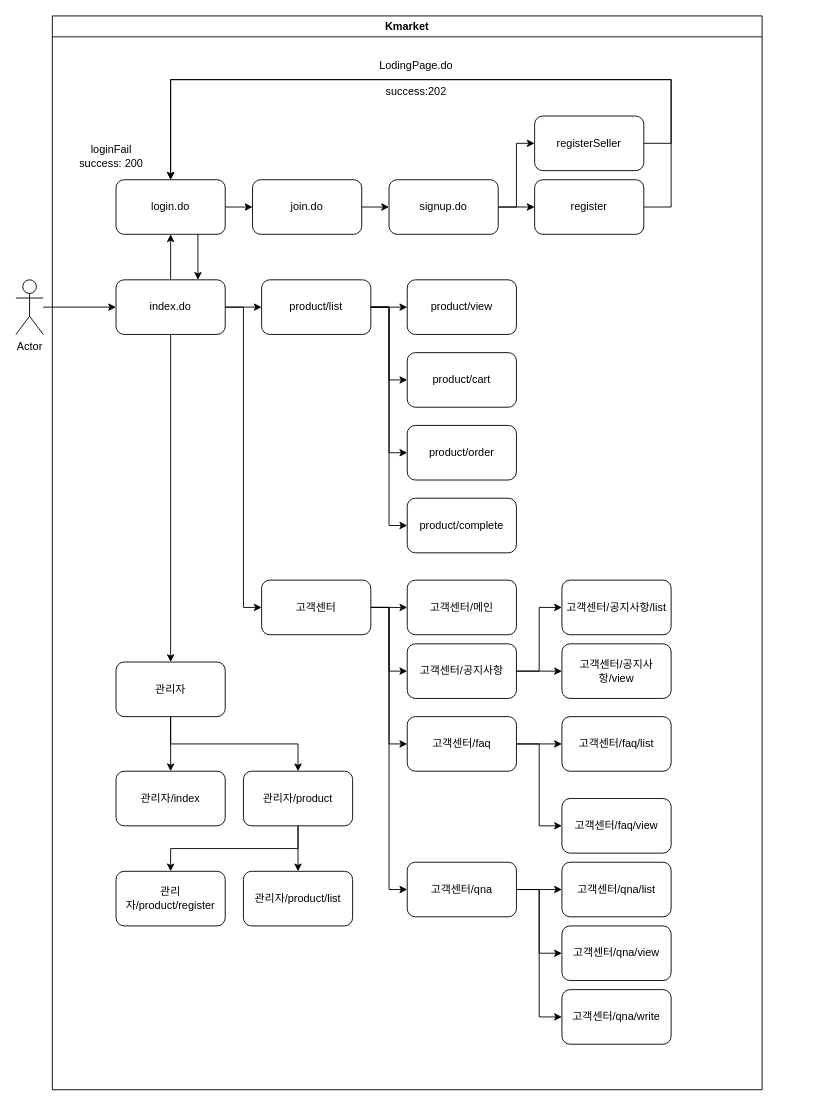
This is Kmarket_API.drawio from hochmun/Kmarket, a draw.io file, before an edit. Source tidied: cells renumbered, new cells numbered last; positions are measured from the earlier drawing's top-left corner, leaving out a move shared by most shapes. Both pictures are drawn from the tidied source at 91%, with x=0, y=0 at pixel (15, 15).
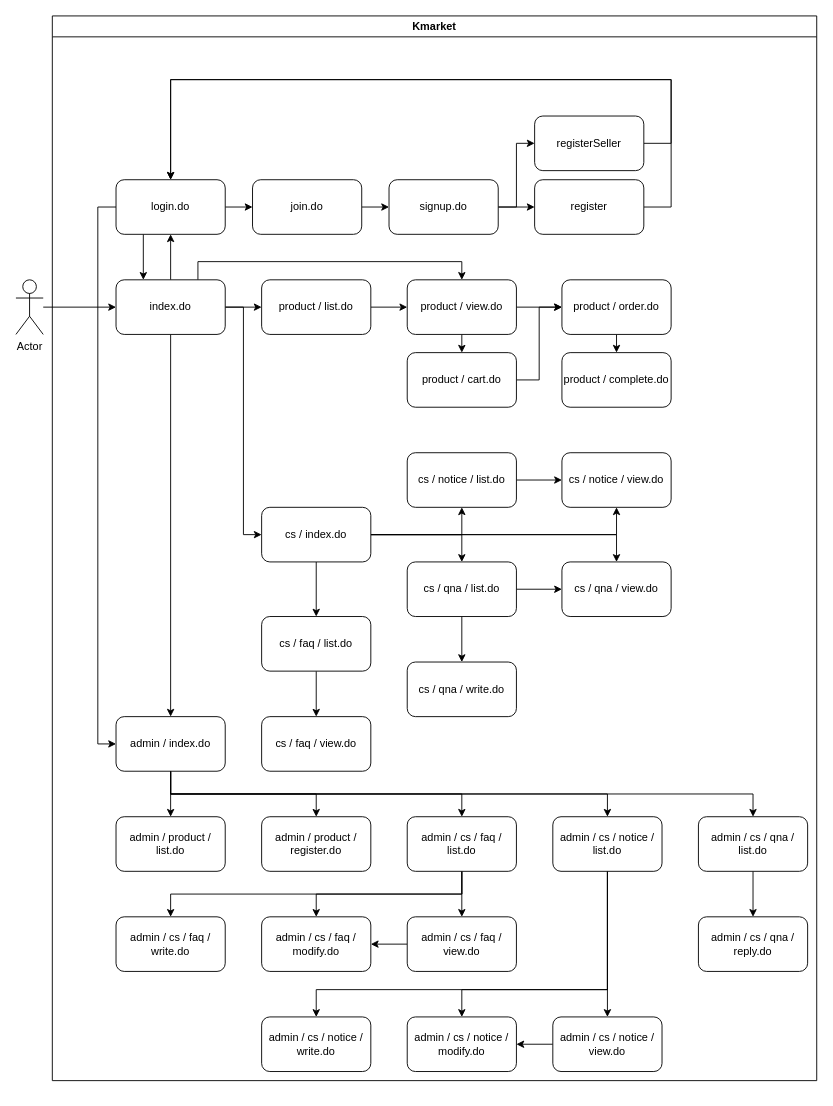
After the change.

Commit message (it also covers changes not shown here):
2022/12/28 심규영 api 설계 및 ERD 추가 작업

Unchanged cells that the change refers to:
```xml
<mxCell id="9" value="index.do" style="rounded=1;whiteSpace=wrap;html=1;" parent="4" vertex="1">
  <mxGeometry x="70" y="290" width="120" height="60" as="geometry" />
</mxCell>
<mxCell id="12" value="login.do" style="rounded=1;whiteSpace=wrap;html=1;" parent="4" vertex="1">
  <mxGeometry x="70" y="180" width="120" height="60" as="geometry" />
</mxCell>
<mxCell id="62" value="join.do" style="rounded=1;whiteSpace=wrap;html=1;" parent="4" vertex="1">
  <mxGeometry x="220" y="180" width="120" height="60" as="geometry" />
</mxCell>
```

Diff of the diagram source:
```diff
@@
     <mxCell id="4" value="Kmarket" style="swimlane;" parent="1" vertex="1">
-      <mxGeometry x="40" width="780" height="1180" as="geometry" />
+      <mxGeometry x="40" width="840" height="1170" as="geometry" />
     </mxCell>
@@
+    <mxCell id="66" style="edgeStyle=orthogonalEdgeStyle;rounded=0;jettySize=auto;html=1;exitX=0.75;exitY=0;exitDx=0;exitDy=0;entryX=0.5;entryY=0;entryDx=0;entryDy=0;" parent="4" edge="1" source="9" target="31">
+      <mxGeometry relative="1" as="geometry" />
+    </mxCell>
@@
+    <mxCell id="11" style="edgeStyle=orthogonalEdgeStyle;rounded=0;jettySize=auto;html=1;exitX=1;exitY=0.5;exitDx=0;exitDy=0;entryX=0;entryY=0.5;entryDx=0;entryDy=0;" parent="4" edge="1" source="12" target="62">
+      <mxGeometry relative="1" as="geometry" />
+    </mxCell>
+    <mxCell id="67" style="edgeStyle=orthogonalEdgeStyle;rounded=0;jettySize=auto;html=1;exitX=0;exitY=0.5;exitDx=0;exitDy=0;entryX=0;entryY=0.5;entryDx=0;entryDy=0;" parent="4" edge="1" source="12" target="30">
+      <mxGeometry relative="1" as="geometry" />
+    </mxCell>
-    <mxCell id="10" style="edgeStyle=orthogonalEdgeStyle;rounded=0;jettySize=auto;html=1;exitX=0.75;exitY=1;exitDx=0;exitDy=0;entryX=0.75;entryY=0;entryDx=0;entryDy=0;" parent="4" edge="1" source="12" target="9">
+    <mxCell id="10" style="edgeStyle=orthogonalEdgeStyle;rounded=0;jettySize=auto;html=1;exitX=0.25;exitY=1;exitDx=0;exitDy=0;entryX=0.25;entryY=0;entryDx=0;entryDy=0;" parent="4" edge="1" source="12" target="9">
       <mxGeometry relative="1" as="geometry" />
     </mxCell>
-    <mxCell id="11" style="edgeStyle=orthogonalEdgeStyle;rounded=0;jettySize=auto;html=1;exitX=1;exitY=0.5;exitDx=0;exitDy=0;entryX=0;entryY=0.5;entryDx=0;entryDy=0;" parent="4" edge="1" source="12" target="62">
-      <mxGeometry relative="1" as="geometry" />
-    </mxCell>
@@
-    <mxCell id="19" style="edgeStyle=orthogonalEdgeStyle;rounded=0;jettySize=auto;html=1;exitX=1;exitY=0.5;exitDx=0;exitDy=0;entryX=0;entryY=0.5;entryDx=0;entryDy=0;" parent="4" edge="1" source="22" target="32">
-      <mxGeometry relative="1" as="geometry" />
-    </mxCell>
-    <mxCell id="20" style="edgeStyle=orthogonalEdgeStyle;rounded=0;jettySize=auto;html=1;exitX=1;exitY=0.5;exitDx=0;exitDy=0;entryX=0;entryY=0.5;entryDx=0;entryDy=0;" parent="4" edge="1" source="22" target="33">
-      <mxGeometry relative="1" as="geometry" />
-    </mxCell>
-    <mxCell id="21" style="edgeStyle=orthogonalEdgeStyle;rounded=0;jettySize=auto;html=1;exitX=1;exitY=0.5;exitDx=0;exitDy=0;entryX=0;entryY=0.5;entryDx=0;entryDy=0;" parent="4" edge="1" source="22" target="34">
-      <mxGeometry relative="1" as="geometry" />
-    </mxCell>
-    <mxCell id="22" value="product/list" style="rounded=1;whiteSpace=wrap;html=1;" parent="4" vertex="1">
+    <mxCell id="22" value="product / list.do" style="rounded=1;whiteSpace=wrap;html=1;" parent="4" vertex="1">
       <mxGeometry x="230" y="290" width="120" height="60" as="geometry" />
     </mxCell>
-    <mxCell id="23" style="edgeStyle=orthogonalEdgeStyle;rounded=0;jettySize=auto;html=1;exitX=1;exitY=0.5;exitDx=0;exitDy=0;" parent="4" edge="1" source="27" target="35">
-      <mxGeometry relative="1" as="geometry" />
-    </mxCell>
-    <mxCell id="24" style="edgeStyle=orthogonalEdgeStyle;rounded=0;jettySize=auto;html=1;exitX=1;exitY=0.5;exitDx=0;exitDy=0;entryX=0;entryY=0.5;entryDx=0;entryDy=0;" parent="4" edge="1" source="27" target="38">
+    <mxCell id="24" style="edgeStyle=orthogonalEdgeStyle;rounded=0;jettySize=auto;html=1;exitX=1;exitY=0.5;exitDx=0;exitDy=0;entryX=0.5;entryY=1;entryDx=0;entryDy=0;" parent="4" edge="1" source="27" target="38">
       <mxGeometry relative="1" as="geometry" />
     </mxCell>
+    <mxCell id="68" style="edgeStyle=orthogonalEdgeStyle;rounded=0;jettySize=auto;html=1;exitX=1;exitY=0.5;exitDx=0;exitDy=0;entryX=0.5;entryY=1;entryDx=0;entryDy=0;" parent="4" edge="1" source="27" target="46">
+      <mxGeometry relative="1" as="geometry" />
+    </mxCell>
+    <mxCell id="69" style="edgeStyle=orthogonalEdgeStyle;rounded=0;jettySize=auto;html=1;exitX=1;exitY=0.5;exitDx=0;exitDy=0;entryX=0.5;entryY=0;entryDx=0;entryDy=0;" parent="4" edge="1" source="27" target="50">
+      <mxGeometry relative="1" as="geometry" />
+    </mxCell>
+    <mxCell id="70" style="edgeStyle=orthogonalEdgeStyle;rounded=0;jettySize=auto;html=1;exitX=1;exitY=0.5;exitDx=0;exitDy=0;entryX=0.5;entryY=0;entryDx=0;entryDy=0;" parent="4" edge="1" source="27" target="51">
+      <mxGeometry relative="1" as="geometry" />
+    </mxCell>
-    <mxCell id="25" style="edgeStyle=orthogonalEdgeStyle;rounded=0;jettySize=auto;html=1;exitX=1;exitY=0.5;exitDx=0;exitDy=0;entryX=0;entryY=0.5;entryDx=0;entryDy=0;" parent="4" edge="1" source="27" target="41">
+    <mxCell id="25" style="edgeStyle=orthogonalEdgeStyle;rounded=0;jettySize=auto;html=1;exitX=0.5;exitY=1;exitDx=0;exitDy=0;entryX=0.5;entryY=0;entryDx=0;entryDy=0;" parent="4" edge="1" source="27" target="41">
       <mxGeometry relative="1" as="geometry" />
     </mxCell>
-    <mxCell id="26" style="edgeStyle=orthogonalEdgeStyle;rounded=0;jettySize=auto;html=1;exitX=1;exitY=0.5;exitDx=0;exitDy=0;entryX=0;entryY=0.5;entryDx=0;entryDy=0;" parent="4" edge="1" source="27" target="45">
-      <mxGeometry relative="1" as="geometry" />
-    </mxCell>
-    <mxCell id="27" value="고객센터" style="rounded=1;whiteSpace=wrap;html=1;" parent="4" vertex="1">
-      <mxGeometry x="230" y="620" width="120" height="60" as="geometry" />
+    <mxCell id="27" value="cs / index.do" style="rounded=1;whiteSpace=wrap;html=1;" parent="4" vertex="1">
+      <mxGeometry x="230" y="540" width="120" height="60" as="geometry" />
     </mxCell>
-    <mxCell id="28" style="edgeStyle=orthogonalEdgeStyle;rounded=0;jettySize=auto;html=1;exitX=0.5;exitY=1;exitDx=0;exitDy=0;entryX=0.5;entryY=0;entryDx=0;entryDy=0;" parent="4" edge="1" source="30" target="53">
-      <mxGeometry relative="1" as="geometry" />
-    </mxCell>
-    <mxCell id="29" style="edgeStyle=orthogonalEdgeStyle;rounded=0;jettySize=auto;html=1;exitX=0.5;exitY=1;exitDx=0;exitDy=0;entryX=0.5;entryY=0;entryDx=0;entryDy=0;" parent="4" edge="1" source="30" target="56">
-      <mxGeometry relative="1" as="geometry" />
-    </mxCell>
+    <mxCell id="71" style="edgeStyle=orthogonalEdgeStyle;rounded=0;jettySize=auto;html=1;exitX=0.5;exitY=1;exitDx=0;exitDy=0;entryX=0.5;entryY=0;entryDx=0;entryDy=0;" parent="4" edge="1" source="30" target="57">
+      <mxGeometry relative="1" as="geometry" />
+    </mxCell>
+    <mxCell id="72" style="edgeStyle=orthogonalEdgeStyle;rounded=0;jettySize=auto;html=1;exitX=0.5;exitY=1;exitDx=0;exitDy=0;entryX=0.5;entryY=0;entryDx=0;entryDy=0;" parent="4" edge="1" source="30" target="58">
+      <mxGeometry relative="1" as="geometry" />
+    </mxCell>
+    <mxCell id="73" style="edgeStyle=orthogonalEdgeStyle;rounded=0;jettySize=auto;html=1;exitX=0.5;exitY=1;exitDx=0;exitDy=0;entryX=0.5;entryY=0;entryDx=0;entryDy=0;" parent="4" edge="1" source="30" target="84">
+      <mxGeometry relative="1" as="geometry" />
+    </mxCell>
+    <mxCell id="74" style="edgeStyle=orthogonalEdgeStyle;rounded=0;jettySize=auto;html=1;exitX=0.5;exitY=1;exitDx=0;exitDy=0;entryX=0.5;entryY=0;entryDx=0;entryDy=0;" parent="4" edge="1" source="30" target="88">
+      <mxGeometry relative="1" as="geometry" />
+    </mxCell>
-    <mxCell id="30" value="관리자" style="rounded=1;whiteSpace=wrap;html=1;" parent="4" vertex="1">
-      <mxGeometry x="70" y="710" width="120" height="60" as="geometry" />
+    <mxCell id="30" value="admin / index.do" style="rounded=1;whiteSpace=wrap;html=1;" parent="4" vertex="1">
+      <mxGeometry x="70" y="770" width="120" height="60" as="geometry" />
     </mxCell>
+    <mxCell id="75" style="edgeStyle=orthogonalEdgeStyle;rounded=0;jettySize=auto;html=1;exitX=0.5;exitY=1;exitDx=0;exitDy=0;entryX=0.5;entryY=0;entryDx=0;entryDy=0;" parent="4" edge="1" source="31" target="32">
+      <mxGeometry relative="1" as="geometry" />
+    </mxCell>
+    <mxCell id="76" style="edgeStyle=orthogonalEdgeStyle;rounded=0;jettySize=auto;html=1;exitX=1;exitY=0.5;exitDx=0;exitDy=0;entryX=0;entryY=0.5;entryDx=0;entryDy=0;" parent="4" edge="1" source="31" target="33">
+      <mxGeometry relative="1" as="geometry" />
+    </mxCell>
-    <mxCell id="31" value="product/view" style="rounded=1;whiteSpace=wrap;html=1;" parent="4" vertex="1">
+    <mxCell id="31" value="product / view.do" style="rounded=1;whiteSpace=wrap;html=1;" parent="4" vertex="1">
       <mxGeometry x="390" y="290" width="120" height="60" as="geometry" />
     </mxCell>
+    <mxCell id="77" style="edgeStyle=orthogonalEdgeStyle;rounded=0;jettySize=auto;html=1;exitX=1;exitY=0.5;exitDx=0;exitDy=0;entryX=0;entryY=0.5;entryDx=0;entryDy=0;" parent="4" edge="1" source="32" target="33">
+      <mxGeometry relative="1" as="geometry" />
+    </mxCell>
-    <mxCell id="32" value="product/cart" style="rounded=1;whiteSpace=wrap;html=1;" parent="4" vertex="1">
+    <mxCell id="32" value="product / cart.do" style="rounded=1;whiteSpace=wrap;html=1;" parent="4" vertex="1">
       <mxGeometry x="390" y="370" width="120" height="60" as="geometry" />
     </mxCell>
+    <mxCell id="78" style="edgeStyle=orthogonalEdgeStyle;rounded=0;jettySize=auto;html=1;exitX=0.5;exitY=1;exitDx=0;exitDy=0;entryX=0.5;entryY=0;entryDx=0;entryDy=0;" parent="4" edge="1" source="33" target="34">
+      <mxGeometry relative="1" as="geometry" />
+    </mxCell>
-    <mxCell id="33" value="product/order" style="rounded=1;whiteSpace=wrap;html=1;" parent="4" vertex="1">
-      <mxGeometry x="390" y="450" width="120" height="60" as="geometry" />
+    <mxCell id="33" value="product / order.do" style="rounded=1;whiteSpace=wrap;html=1;" parent="4" vertex="1">
+      <mxGeometry x="560" y="290" width="120" height="60" as="geometry" />
     </mxCell>
-    <mxCell id="34" value="product/complete" style="rounded=1;whiteSpace=wrap;html=1;" parent="4" vertex="1">
-      <mxGeometry x="390" y="530" width="120" height="60" as="geometry" />
+    <mxCell id="34" value="product / complete.do" style="rounded=1;whiteSpace=wrap;html=1;" parent="4" vertex="1">
+      <mxGeometry x="560" y="370" width="120" height="60" as="geometry" />
     </mxCell>
-    <mxCell id="35" value="고객센터/메인" style="rounded=1;whiteSpace=wrap;html=1;" parent="4" vertex="1">
-      <mxGeometry x="390" y="620" width="120" height="60" as="geometry" />
-    </mxCell>
-    <mxCell id="36" style="edgeStyle=orthogonalEdgeStyle;rounded=0;jettySize=auto;html=1;exitX=1;exitY=0.5;exitDx=0;exitDy=0;entryX=0;entryY=0.5;entryDx=0;entryDy=0;" parent="4" edge="1" source="38" target="47">
-      <mxGeometry relative="1" as="geometry" />
-    </mxCell>
@@
-    <mxCell id="38" value="고객센터/공지사항" style="rounded=1;whiteSpace=wrap;html=1;" parent="4" vertex="1">
-      <mxGeometry x="390" y="690" width="120" height="60" as="geometry" />
+    <mxCell id="38" value="cs / notice / list.do" style="rounded=1;whiteSpace=wrap;html=1;" parent="4" vertex="1">
+      <mxGeometry x="390" y="480" width="120" height="60" as="geometry" />
     </mxCell>
-    <mxCell id="39" style="edgeStyle=orthogonalEdgeStyle;rounded=0;jettySize=auto;html=1;exitX=1;exitY=0.5;exitDx=0;exitDy=0;entryX=0;entryY=0.5;entryDx=0;entryDy=0;" parent="4" edge="1" source="41" target="48">
-      <mxGeometry relative="1" as="geometry" />
-    </mxCell>
-    <mxCell id="40" style="edgeStyle=orthogonalEdgeStyle;rounded=0;jettySize=auto;html=1;exitX=1;exitY=0.5;exitDx=0;exitDy=0;entryX=0;entryY=0.5;entryDx=0;entryDy=0;" parent="4" edge="1" source="41" target="49">
+    <mxCell id="40" style="edgeStyle=orthogonalEdgeStyle;rounded=0;jettySize=auto;html=1;exitX=0.5;exitY=1;exitDx=0;exitDy=0;entryX=0.5;entryY=0;entryDx=0;entryDy=0;" parent="4" edge="1" source="41" target="49">
       <mxGeometry relative="1" as="geometry" />
     </mxCell>
-    <mxCell id="41" value="고객센터/faq" style="rounded=1;whiteSpace=wrap;html=1;" parent="4" vertex="1">
-      <mxGeometry x="390" y="770" width="120" height="60" as="geometry" />
+    <mxCell id="41" value="cs / faq / list.do" style="rounded=1;whiteSpace=wrap;html=1;" parent="4" vertex="1">
+      <mxGeometry x="230" y="660" width="120" height="60" as="geometry" />
     </mxCell>
-    <mxCell id="42" style="edgeStyle=orthogonalEdgeStyle;rounded=0;jettySize=auto;html=1;exitX=1;exitY=0.5;exitDx=0;exitDy=0;entryX=0;entryY=0.5;entryDx=0;entryDy=0;" parent="4" edge="1" source="45" target="50">
-      <mxGeometry relative="1" as="geometry" />
-    </mxCell>
-    <mxCell id="43" style="edgeStyle=orthogonalEdgeStyle;rounded=0;jettySize=auto;html=1;exitX=1;exitY=0.5;exitDx=0;exitDy=0;entryX=0;entryY=0.5;entryDx=0;entryDy=0;" parent="4" edge="1" source="45" target="51">
-      <mxGeometry relative="1" as="geometry" />
-    </mxCell>
-    <mxCell id="44" style="edgeStyle=orthogonalEdgeStyle;rounded=0;jettySize=auto;html=1;exitX=1;exitY=0.5;exitDx=0;exitDy=0;entryX=0;entryY=0.5;entryDx=0;entryDy=0;" parent="4" edge="1" source="45" target="52">
-      <mxGeometry relative="1" as="geometry" />
-    </mxCell>
-    <mxCell id="45" value="고객센터/qna" style="rounded=1;whiteSpace=wrap;html=1;" parent="4" vertex="1">
-      <mxGeometry x="390" y="930" width="120" height="60" as="geometry" />
-    </mxCell>
-    <mxCell id="46" value="고객센터/공지사항/view" style="rounded=1;whiteSpace=wrap;html=1;" parent="4" vertex="1">
-      <mxGeometry x="560" y="690" width="120" height="60" as="geometry" />
+    <mxCell id="46" value="cs / notice / view.do" style="rounded=1;whiteSpace=wrap;html=1;" parent="4" vertex="1">
+      <mxGeometry x="560" y="480" width="120" height="60" as="geometry" />
     </mxCell>
-    <mxCell id="47" value="고객센터/공지사항/list" style="rounded=1;whiteSpace=wrap;html=1;" parent="4" vertex="1">
-      <mxGeometry x="560" y="620" width="120" height="60" as="geometry" />
-    </mxCell>
-    <mxCell id="48" value="고객센터/faq/list" style="rounded=1;whiteSpace=wrap;html=1;" parent="4" vertex="1">
-      <mxGeometry x="560" y="770" width="120" height="60" as="geometry" />
-    </mxCell>
-    <mxCell id="49" value="고객센터/faq/view" style="rounded=1;whiteSpace=wrap;html=1;" parent="4" vertex="1">
-      <mxGeometry x="560" y="860" width="120" height="60" as="geometry" />
+    <mxCell id="49" value="cs / faq / view.do" style="rounded=1;whiteSpace=wrap;html=1;" parent="4" vertex="1">
+      <mxGeometry x="230" y="770" width="120" height="60" as="geometry" />
     </mxCell>
+    <mxCell id="79" style="edgeStyle=orthogonalEdgeStyle;rounded=0;jettySize=auto;html=1;exitX=1;exitY=0.5;exitDx=0;exitDy=0;entryX=0;entryY=0.5;entryDx=0;entryDy=0;" parent="4" edge="1" source="50" target="51">
+      <mxGeometry relative="1" as="geometry" />
+    </mxCell>
+    <mxCell id="80" style="edgeStyle=orthogonalEdgeStyle;rounded=0;jettySize=auto;html=1;exitX=0.5;exitY=1;exitDx=0;exitDy=0;entryX=0.5;entryY=0;entryDx=0;entryDy=0;" parent="4" edge="1" source="50" target="52">
+      <mxGeometry relative="1" as="geometry" />
+    </mxCell>
-    <mxCell id="50" value="고객센터/qna/list" style="rounded=1;whiteSpace=wrap;html=1;" parent="4" vertex="1">
-      <mxGeometry x="560" y="930" width="120" height="60" as="geometry" />
+    <mxCell id="50" value="cs / qna / list.do" style="rounded=1;whiteSpace=wrap;html=1;" parent="4" vertex="1">
+      <mxGeometry x="390" y="600" width="120" height="60" as="geometry" />
     </mxCell>
-    <mxCell id="51" value="고객센터/qna/view" style="rounded=1;whiteSpace=wrap;html=1;" parent="4" vertex="1">
-      <mxGeometry x="560" y="1000" width="120" height="60" as="geometry" />
+    <mxCell id="51" value="cs / qna / view.do" style="rounded=1;whiteSpace=wrap;html=1;" parent="4" vertex="1">
+      <mxGeometry x="560" y="600" width="120" height="60" as="geometry" />
     </mxCell>
-    <mxCell id="52" value="고객센터/qna/write" style="rounded=1;whiteSpace=wrap;html=1;" parent="4" vertex="1">
-      <mxGeometry x="560" y="1070" width="120" height="60" as="geometry" />
+    <mxCell id="52" value="cs / qna / write.do" style="rounded=1;whiteSpace=wrap;html=1;" parent="4" vertex="1">
+      <mxGeometry x="390" y="710" width="120" height="60" as="geometry" />
     </mxCell>
-    <mxCell id="53" value="관리자/index" style="rounded=1;whiteSpace=wrap;html=1;" parent="4" vertex="1">
-      <mxGeometry x="70" y="830" width="120" height="60" as="geometry" />
-    </mxCell>
-    <mxCell id="54" style="edgeStyle=orthogonalEdgeStyle;rounded=0;jettySize=auto;html=1;exitX=0.5;exitY=1;exitDx=0;exitDy=0;entryX=0.5;entryY=0;entryDx=0;entryDy=0;" parent="4" edge="1" source="56" target="57">
-      <mxGeometry relative="1" as="geometry" />
-    </mxCell>
-    <mxCell id="55" style="edgeStyle=orthogonalEdgeStyle;rounded=0;jettySize=auto;html=1;exitX=0.5;exitY=1;exitDx=0;exitDy=0;entryX=0.5;entryY=0;entryDx=0;entryDy=0;" parent="4" edge="1" source="56" target="58">
-      <mxGeometry relative="1" as="geometry" />
-    </mxCell>
-    <mxCell id="56" value="관리자/product" style="rounded=1;whiteSpace=wrap;html=1;" parent="4" vertex="1">
-      <mxGeometry x="210" y="830" width="120" height="60" as="geometry" />
-    </mxCell>
-    <mxCell id="57" value="관리자/product/list" style="rounded=1;whiteSpace=wrap;html=1;" parent="4" vertex="1">
-      <mxGeometry x="210" y="940" width="120" height="60" as="geometry" />
+    <mxCell id="57" value="admin / product / list.do" style="rounded=1;whiteSpace=wrap;html=1;" parent="4" vertex="1">
+      <mxGeometry x="70" y="880" width="120" height="60" as="geometry" />
     </mxCell>
-    <mxCell id="58" value="관리자/product/register" style="rounded=1;whiteSpace=wrap;html=1;" parent="4" vertex="1">
-      <mxGeometry x="70" y="940" width="120" height="60" as="geometry" />
+    <mxCell id="58" value="admin / product / register.do" style="rounded=1;whiteSpace=wrap;html=1;" parent="4" vertex="1">
+      <mxGeometry x="230" y="880" width="120" height="60" as="geometry" />
     </mxCell>
@@
-    <mxCell id="63" value="LodingPage.do" style="text;strokeColor=none;fillColor=none;align=center;verticalAlign=middle;spacingLeft=4;spacingRight=4;overflow=hidden;whiteSpace=wrap;html=1;" parent="4" vertex="1">
-      <mxGeometry x="350" y="40" width="100" height="30" as="geometry" />
-    </mxCell>
-    <mxCell id="64" value="success:202" style="text;strokeColor=none;fillColor=none;align=center;verticalAlign=middle;spacingLeft=4;spacingRight=4;overflow=hidden;whiteSpace=wrap;html=1;" parent="4" vertex="1">
-      <mxGeometry x="355" y="70" width="90" height="26" as="geometry" />
-    </mxCell>
-    <mxCell id="65" value="loginFail&lt;br&gt;success: 200" style="text;strokeColor=none;fillColor=none;align=center;verticalAlign=middle;spacingLeft=4;spacingRight=4;overflow=hidden;whiteSpace=wrap;html=1;" parent="4" vertex="1">
-      <mxGeometry x="10" y="137" width="110" height="33" as="geometry" />
-    </mxCell>
+    <mxCell id="81" style="edgeStyle=orthogonalEdgeStyle;rounded=0;jettySize=auto;html=1;exitX=0.5;exitY=1;exitDx=0;exitDy=0;entryX=0.5;entryY=0;entryDx=0;entryDy=0;" parent="4" edge="1" source="84" target="90">
+      <mxGeometry relative="1" as="geometry" />
+    </mxCell>
+    <mxCell id="82" style="edgeStyle=orthogonalEdgeStyle;rounded=0;jettySize=auto;html=1;exitX=0.5;exitY=1;exitDx=0;exitDy=0;entryX=0.5;entryY=0;entryDx=0;entryDy=0;" parent="4" edge="1" source="84" target="92">
+      <mxGeometry relative="1" as="geometry" />
+    </mxCell>
+    <mxCell id="83" style="edgeStyle=orthogonalEdgeStyle;rounded=0;jettySize=auto;html=1;exitX=0.5;exitY=1;exitDx=0;exitDy=0;entryX=0.5;entryY=0;entryDx=0;entryDy=0;" parent="4" edge="1" source="84" target="91">
+      <mxGeometry relative="1" as="geometry" />
+    </mxCell>
+    <mxCell id="84" value="admin / cs / faq / list.do" style="rounded=1;whiteSpace=wrap;html=1;" parent="4" vertex="1">
+      <mxGeometry x="390" y="880" width="120" height="60" as="geometry" />
+    </mxCell>
+    <mxCell id="85" style="edgeStyle=orthogonalEdgeStyle;rounded=0;jettySize=auto;html=1;exitX=0.5;exitY=1;exitDx=0;exitDy=0;entryX=0.5;entryY=0;entryDx=0;entryDy=0;" parent="4" edge="1" source="88" target="94">
+      <mxGeometry relative="1" as="geometry" />
+    </mxCell>
+    <mxCell id="86" style="edgeStyle=orthogonalEdgeStyle;rounded=0;jettySize=auto;html=1;exitX=0.5;exitY=1;exitDx=0;exitDy=0;entryX=0.5;entryY=0;entryDx=0;entryDy=0;" parent="4" edge="1" source="88" target="95">
+      <mxGeometry relative="1" as="geometry">
+        <Array as="points">
+          <mxPoint x="610" y="1070" />
+          <mxPoint x="450" y="1070" />
+        </Array>
+      </mxGeometry>
+    </mxCell>
+    <mxCell id="87" style="edgeStyle=orthogonalEdgeStyle;rounded=0;jettySize=auto;html=1;exitX=0.5;exitY=1;exitDx=0;exitDy=0;entryX=0.5;entryY=0;entryDx=0;entryDy=0;" parent="4" edge="1" source="88" target="96">
+      <mxGeometry relative="1" as="geometry">
+        <Array as="points">
+          <mxPoint x="610" y="1070" />
+          <mxPoint x="290" y="1070" />
+        </Array>
+      </mxGeometry>
+    </mxCell>
+    <mxCell id="88" value="admin / cs / notice / list.do" style="rounded=1;whiteSpace=wrap;html=1;" parent="4" vertex="1">
+      <mxGeometry x="550" y="880" width="120" height="60" as="geometry" />
+    </mxCell>
+    <mxCell id="89" style="edgeStyle=orthogonalEdgeStyle;rounded=0;jettySize=auto;html=1;exitX=0;exitY=0.5;exitDx=0;exitDy=0;entryX=1;entryY=0.5;entryDx=0;entryDy=0;" parent="4" edge="1" source="90" target="92">
+      <mxGeometry relative="1" as="geometry" />
+    </mxCell>
+    <mxCell id="90" value="admin / cs / faq / view.do" style="rounded=1;whiteSpace=wrap;html=1;" parent="4" vertex="1">
+      <mxGeometry x="390" y="990" width="120" height="60" as="geometry" />
+    </mxCell>
+    <mxCell id="91" value="admin / cs / faq / write.do" style="rounded=1;whiteSpace=wrap;html=1;" parent="4" vertex="1">
+      <mxGeometry x="70" y="990" width="120" height="60" as="geometry" />
+    </mxCell>
+    <mxCell id="92" value="admin / cs / faq / modify.do" style="rounded=1;whiteSpace=wrap;html=1;" parent="4" vertex="1">
+      <mxGeometry x="230" y="990" width="120" height="60" as="geometry" />
+    </mxCell>
+    <mxCell id="93" style="edgeStyle=orthogonalEdgeStyle;rounded=0;jettySize=auto;html=1;exitX=0;exitY=0.5;exitDx=0;exitDy=0;entryX=1;entryY=0.5;entryDx=0;entryDy=0;" parent="4" edge="1" source="94" target="95">
+      <mxGeometry relative="1" as="geometry" />
+    </mxCell>
+    <mxCell id="94" value="admin / cs / notice / view.do" style="rounded=1;whiteSpace=wrap;html=1;" parent="4" vertex="1">
+      <mxGeometry x="550" y="1100" width="120" height="60" as="geometry" />
+    </mxCell>
+    <mxCell id="95" value="admin / cs / notice / modify.do" style="rounded=1;whiteSpace=wrap;html=1;" parent="4" vertex="1">
+      <mxGeometry x="390" y="1100" width="120" height="60" as="geometry" />
+    </mxCell>
+    <mxCell id="96" value="admin / cs / notice / write.do" style="rounded=1;whiteSpace=wrap;html=1;" parent="4" vertex="1">
+      <mxGeometry x="230" y="1100" width="120" height="60" as="geometry" />
+    </mxCell>
+    <mxCell id="97" value="admin / cs / qna / reply.do" style="rounded=1;whiteSpace=wrap;html=1;" parent="4" vertex="1">
+      <mxGeometry x="710" y="990" width="120" height="60" as="geometry" />
+    </mxCell>
+    <mxCell id="98" style="edgeStyle=orthogonalEdgeStyle;rounded=0;jettySize=auto;html=1;exitX=0.5;exitY=1;exitDx=0;exitDy=0;entryX=0.5;entryY=0;entryDx=0;entryDy=0;" parent="1" edge="1" source="99" target="97">
+      <mxGeometry relative="1" as="geometry" />
+    </mxCell>
+    <mxCell id="99" value="admin / cs / qna / list.do" style="rounded=1;whiteSpace=wrap;html=1;" parent="1" vertex="1">
+      <mxGeometry x="750" y="880" width="120" height="60" as="geometry" />
+    </mxCell>
+    <mxCell id="100" style="edgeStyle=orthogonalEdgeStyle;rounded=0;jettySize=auto;html=1;exitX=0.5;exitY=1;exitDx=0;exitDy=0;entryX=0.5;entryY=0;entryDx=0;entryDy=0;" parent="1" edge="1" source="30" target="99">
+      <mxGeometry relative="1" as="geometry" />
+    </mxCell>
```
